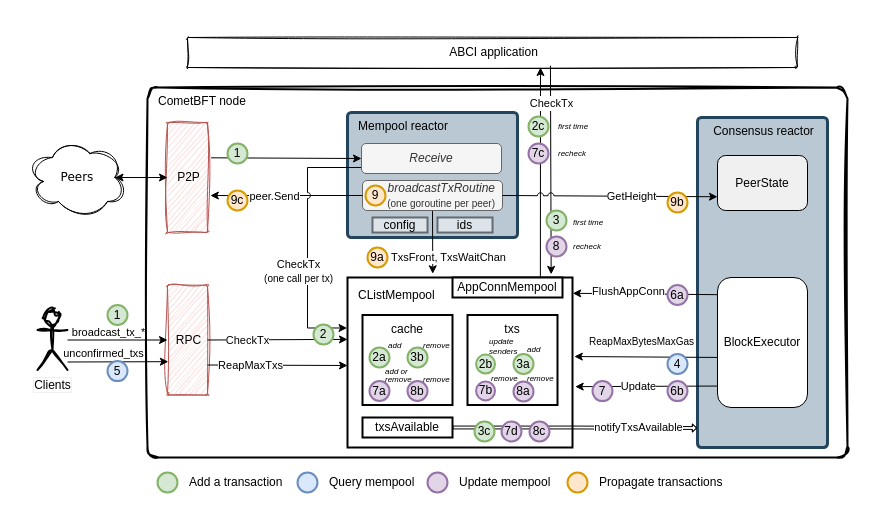
cometbft/knowledge-base keeps this draw.io diagram as page "reactor" (1 of 3) of protocols/mempool/v0/mempool-v0.drawio. Above is the earlier version. Source tidied: cells renumbered, new cells numbered last; positions are measured from the earlier drawing's top-left corner, leaving out a move shared by most shapes. Both pictures are drawn from the tidied source at 100%, with x=0, y=0 at pixel (17, 17).
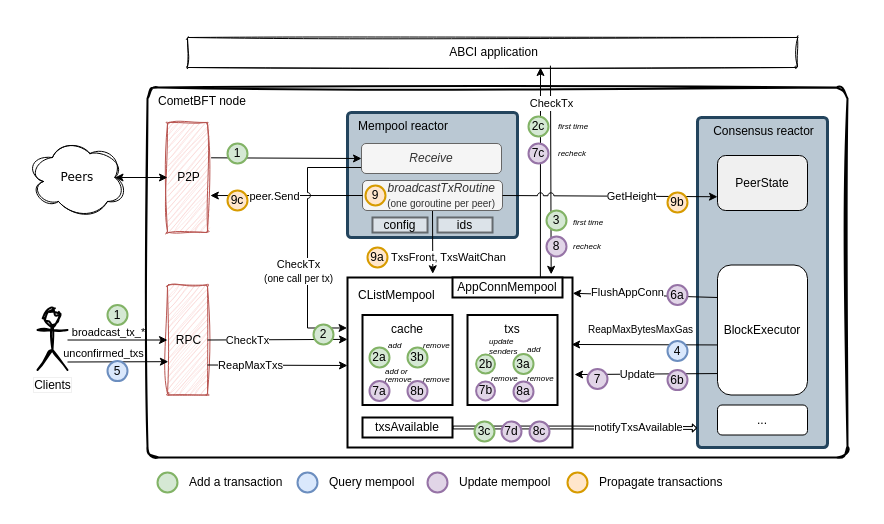
Above is the later version.

Unchanged cells that the change refers to:
```xml
<mxCell id="27" value="CListMempool" style="rounded=0;whiteSpace=wrap;html=1;strokeWidth=2;fontSize=12;verticalAlign=top;align=left;spacingTop=0;spacing=6;spacingLeft=5;fillColor=none;" parent="1" vertex="1">
  <mxGeometry x="330" y="260" width="225" height="170" as="geometry" />
</mxCell>
```

Diff of the diagram source:
```diff
@@
-    <mxCell id="34" value="FlushAppConn" style="rounded=0;jettySize=auto;html=1;exitX=-0.005;exitY=0.132;exitDx=0;exitDy=0;entryX=1.001;entryY=0.093;entryDx=0;entryDy=0;entryPerimeter=0;exitPerimeter=0;" parent="1" edge="1" source="66" target="27">
+    <mxCell id="34" value="FlushAppConn" style="rounded=0;jettySize=auto;html=1;exitX=0;exitY=0.25;exitDx=0;exitDy=0;entryX=1.001;entryY=0.093;entryDx=0;entryDy=0;entryPerimeter=0;" parent="1" edge="1" source="66" target="27">
       <mxGeometry x="0.24" y="-2" relative="1" as="geometry" />
     </mxCell>
@@
     <mxCell id="66" value="BlockExecutor" style="rounded=1;whiteSpace=wrap;html=1;strokeWidth=1;fontSize=12;verticalAlign=middle;fontColor=#000000;" parent="1" vertex="1">
-      <mxGeometry x="700" y="260" width="90" height="130" as="geometry" />
+      <mxGeometry x="700" y="247.5" width="90" height="130" as="geometry" />
     </mxCell>
-    <mxCell id="67" value="&lt;font style=&quot;font-size: 11px;&quot;&gt;Update&lt;/font&gt;" style="rounded=0;jettySize=auto;html=1;fontSize=12;entryX=1.012;entryY=0.642;entryDx=0;entryDy=0;entryPerimeter=0;exitX=-0.005;exitY=0.835;exitDx=0;exitDy=0;exitPerimeter=0;" parent="1" edge="1" source="66" target="27">
+    <mxCell id="67" value="&lt;font style=&quot;font-size: 11px;&quot;&gt;Update&lt;/font&gt;" style="rounded=0;jettySize=auto;html=1;fontSize=12;entryX=1.009;entryY=0.571;entryDx=0;entryDy=0;entryPerimeter=0;exitX=-0.005;exitY=0.835;exitDx=0;exitDy=0;exitPerimeter=0;" parent="1" edge="1" source="66" target="27">
       <mxGeometry x="0.12" relative="1" as="geometry" />
     </mxCell>
-    <mxCell id="68" value="&lt;font style=&quot;font-size: 10px;&quot;&gt;ReapMaxBytesMaxGas&lt;br&gt;&lt;/font&gt;" style="rounded=0;jettySize=auto;html=1;fontSize=12;labelBackgroundColor=default;exitX=-0.005;exitY=0.615;exitDx=0;exitDy=0;entryX=1.008;entryY=0.465;entryDx=0;entryDy=0;exitPerimeter=0;entryPerimeter=0;" parent="1" edge="1" source="66" target="27">
+    <mxCell id="68" value="&lt;font style=&quot;font-size: 10px;&quot;&gt;ReapMaxBytesMaxGas&lt;br&gt;&lt;/font&gt;" style="rounded=0;jettySize=auto;html=1;fontSize=12;labelBackgroundColor=default;exitX=-0.005;exitY=0.615;exitDx=0;exitDy=0;entryX=0.996;entryY=0.394;entryDx=0;entryDy=0;exitPerimeter=0;entryPerimeter=0;" parent="1" edge="1" source="66" target="27">
       <mxGeometry x="0.06" y="-15" relative="1" as="geometry" />
     </mxCell>
     <mxCell id="69" value="4" style="ellipse;whiteSpace=wrap;html=1;sketch=0;strokeWidth=2;fontSize=12;fillColor=#dae8fc;strokeColor=#6c8ebf;fontStyle=0;" parent="1" vertex="1">
-      <mxGeometry x="650" y="336.5" width="20" height="20" as="geometry" />
+      <mxGeometry x="650" y="323.5" width="20" height="20" as="geometry" />
     </mxCell>
     <mxCell id="70" value="6b" style="ellipse;whiteSpace=wrap;html=1;sketch=0;strokeWidth=2;fontSize=12;fillColor=#e1d5e7;strokeColor=#9673a6;fontStyle=0;fontColor=#000000;" parent="1" vertex="1">
-      <mxGeometry x="650" y="363.6" width="20" height="20" as="geometry" />
+      <mxGeometry x="650" y="352.6" width="20" height="20" as="geometry" />
     </mxCell>
@@
     <mxCell id="88" value="7" style="ellipse;whiteSpace=wrap;html=1;sketch=0;strokeWidth=2;fontSize=12;fillColor=#e1d5e7;strokeColor=#9673a6;fontStyle=0;fontColor=#000000;" parent="1" vertex="1">
-      <mxGeometry x="575" y="363.6" width="20" height="20" as="geometry" />
+      <mxGeometry x="570" y="351.5" width="20" height="20" as="geometry" />
     </mxCell>
@@
+    <mxCell id="102" value="..." style="rounded=1;whiteSpace=wrap;html=1;strokeWidth=1;fontSize=12;verticalAlign=middle;fontColor=#000000;" parent="1" vertex="1">
+      <mxGeometry x="700" y="387.5" width="90" height="30" as="geometry" />
+    </mxCell>
```
